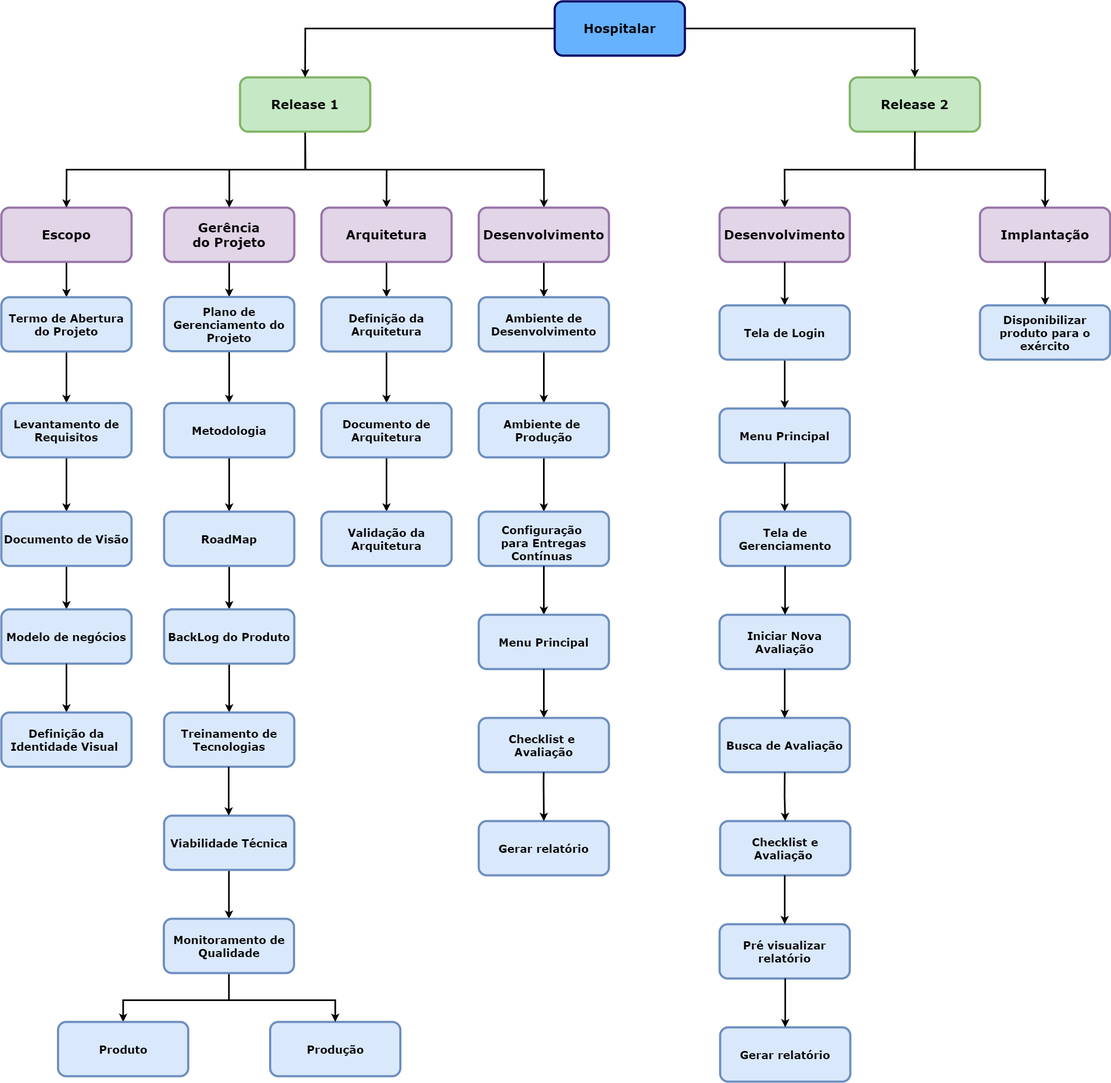
This is docs/assets/produtos/eap/eap_versão_2.0.png from fga-eps-mds/2021-1-hospitalar, a draw.io export, as it was before one commit. Source tidied: cells renumbered, new cells last; positions are measured from the earlier drawing's top-left corner, leaving out a move shared by most shapes.
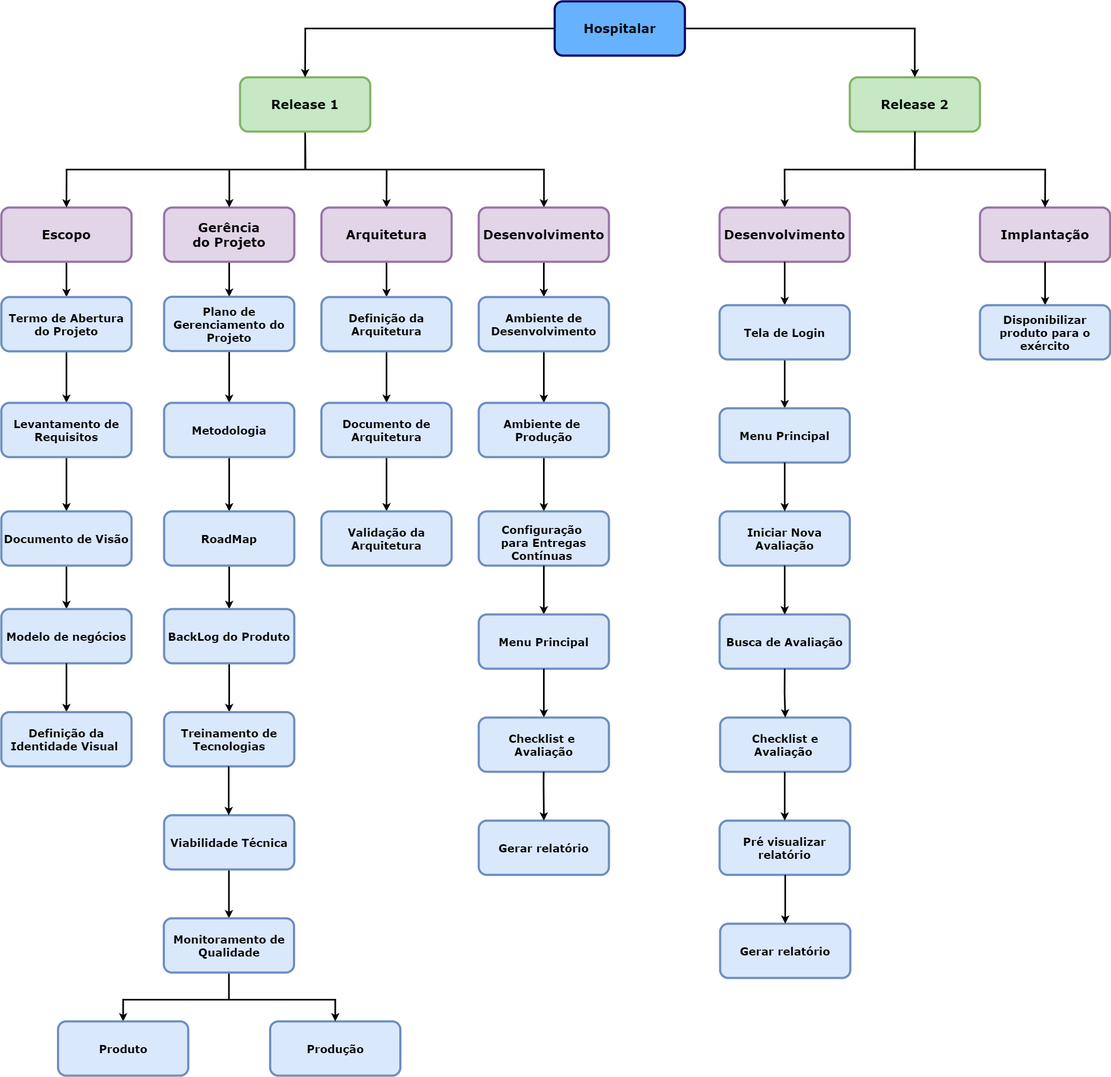
Above is the later version.

Commit message:
#292 - Correção no documento de EAP

Change to the diagram source:
```diff
@@ -235,27 +235,25 @@
       <mxGeometry relative="1" as="geometry" />
     </mxCell>
     <mxCell id="75" value="&lt;b style=&quot;font-style: normal ; letter-spacing: normal ; text-align: center ; text-indent: 0px ; text-transform: none ; word-spacing: 0px ; color: rgb(0 , 0 , 0) ; font-family: &amp;#34;verdana&amp;#34; ; font-size: 20px&quot;&gt;Iniciar Nova Avaliação&lt;/b&gt;" style="rounded=1;whiteSpace=wrap;html=1;gradientDirection=south;strokeWidth=4;fillColor=#dae8fc;strokeColor=#6c8ebf;" parent="1" vertex="1">
-      <mxGeometry x="1324" y="1130" width="240" height="100" as="geometry" />
+      <mxGeometry x="1324" y="940" width="240" height="100" as="geometry" />
     </mxCell>
-    <mxCell id="76" style="edgeStyle=orthogonalEdgeStyle;rounded=0;sketch=0;jettySize=auto;html=1;fontFamily=Verdana;fontSize=23;endFill=1;strokeWidth=3;fillColor=#76608a;exitX=0.5;exitY=1;exitDx=0;exitDy=0;" parent="1" edge="1" source="73">
-      <mxGeometry relative="1" as="geometry">
-        <mxPoint x="1444" y="940" as="targetPoint" />
-      </mxGeometry>
+    <mxCell id="76" style="edgeStyle=orthogonalEdgeStyle;rounded=0;sketch=0;jettySize=auto;html=1;entryX=0.5;entryY=0;entryDx=0;entryDy=0;fontFamily=Verdana;fontSize=23;endFill=1;strokeWidth=3;fillColor=#76608a;exitX=0.5;exitY=1;exitDx=0;exitDy=0;" parent="1" edge="1" source="73" target="75">
+      <mxGeometry relative="1" as="geometry" />
     </mxCell>
     <mxCell id="77" value="&lt;font face=&quot;verdana&quot;&gt;&lt;span style=&quot;font-size: 20px&quot;&gt;&lt;b&gt;Busca de Avaliação&lt;/b&gt;&lt;/span&gt;&lt;/font&gt;" style="rounded=1;whiteSpace=wrap;html=1;gradientDirection=south;strokeWidth=4;fillColor=#dae8fc;strokeColor=#6c8ebf;" parent="1" vertex="1">
-      <mxGeometry x="1324" y="1320" width="240" height="100" as="geometry" />
+      <mxGeometry x="1324" y="1130" width="240" height="100" as="geometry" />
     </mxCell>
     <mxCell id="78" style="edgeStyle=orthogonalEdgeStyle;rounded=0;sketch=0;jettySize=auto;html=1;entryX=0.5;entryY=0;entryDx=0;entryDy=0;fontFamily=Verdana;fontSize=23;endFill=1;strokeWidth=3;fillColor=#76608a;" parent="1" edge="1" target="77">
       <mxGeometry relative="1" as="geometry">
-        <mxPoint x="1444" y="1230" as="sourcePoint" />
+        <mxPoint x="1444" y="1040" as="sourcePoint" />
       </mxGeometry>
     </mxCell>
     <mxCell id="79" value="&lt;font face=&quot;verdana&quot;&gt;&lt;span style=&quot;font-size: 20px&quot;&gt;&lt;b&gt;Checklist e Avaliação&amp;nbsp;&lt;/b&gt;&lt;/span&gt;&lt;/font&gt;" style="rounded=1;whiteSpace=wrap;html=1;gradientDirection=south;strokeWidth=4;fillColor=#dae8fc;strokeColor=#6c8ebf;" parent="1" vertex="1">
-      <mxGeometry x="1325" y="1510" width="240" height="100" as="geometry" />
+      <mxGeometry x="1325" y="1320" width="240" height="100" as="geometry" />
     </mxCell>
     <mxCell id="80" style="edgeStyle=orthogonalEdgeStyle;rounded=0;sketch=0;jettySize=auto;html=1;entryX=0.5;entryY=0;entryDx=0;entryDy=0;fontFamily=Verdana;fontSize=23;endFill=1;strokeWidth=3;fillColor=#76608a;" parent="1" edge="1" target="79">
       <mxGeometry relative="1" as="geometry">
-        <mxPoint x="1444" y="1420" as="sourcePoint" />
+        <mxPoint x="1444" y="1230" as="sourcePoint" />
       </mxGeometry>
     </mxCell>
     <mxCell id="81" value="&lt;span style=&quot;color: rgb(0 , 0 , 0) ; font-family: &amp;#34;verdana&amp;#34; ; font-size: 20px&quot;&gt;&lt;b&gt;Viabilidade Técnica&lt;/b&gt;&lt;/span&gt;" style="rounded=1;whiteSpace=wrap;html=1;gradientDirection=south;strokeWidth=4;fillColor=#dae8fc;strokeColor=#6c8ebf;" parent="1" vertex="1">
@@ -281,19 +279,19 @@
       </mxGeometry>
     </mxCell>
     <mxCell id="85" value="&lt;b style=&quot;font-style: normal ; letter-spacing: normal ; text-align: center ; text-indent: 0px ; text-transform: none ; word-spacing: 0px ; color: rgb(0 , 0 , 0) ; font-family: &amp;#34;verdana&amp;#34; ; font-size: 20px&quot;&gt;Pré visualizar relatório&lt;/b&gt;" style="rounded=1;whiteSpace=wrap;html=1;gradientDirection=south;strokeWidth=4;fillColor=#dae8fc;strokeColor=#6c8ebf;" parent="1" vertex="1">
-      <mxGeometry x="1324" y="1700" width="240" height="100" as="geometry" />
+      <mxGeometry x="1324" y="1510" width="240" height="100" as="geometry" />
     </mxCell>
     <mxCell id="86" style="edgeStyle=orthogonalEdgeStyle;rounded=0;sketch=0;jettySize=auto;html=1;entryX=0.5;entryY=0;entryDx=0;entryDy=0;fontFamily=Verdana;fontSize=23;endFill=1;strokeWidth=3;fillColor=#76608a;" parent="1" edge="1" target="85">
       <mxGeometry relative="1" as="geometry">
-        <mxPoint x="1444" y="1610" as="sourcePoint" />
+        <mxPoint x="1444" y="1420" as="sourcePoint" />
       </mxGeometry>
     </mxCell>
     <mxCell id="87" value="&lt;b style=&quot;font-style: normal ; letter-spacing: normal ; text-align: center ; text-indent: 0px ; text-transform: none ; word-spacing: 0px ; color: rgb(0 , 0 , 0) ; font-family: &amp;#34;verdana&amp;#34; ; font-size: 20px&quot;&gt;Gerar relatório&lt;/b&gt;" style="rounded=1;whiteSpace=wrap;html=1;gradientDirection=south;strokeWidth=4;fillColor=#dae8fc;strokeColor=#6c8ebf;" parent="1" vertex="1">
-      <mxGeometry x="1325" y="1890" width="240" height="100" as="geometry" />
+      <mxGeometry x="1325" y="1700" width="240" height="100" as="geometry" />
     </mxCell>
     <mxCell id="88" style="edgeStyle=orthogonalEdgeStyle;rounded=0;sketch=0;jettySize=auto;html=1;entryX=0.5;entryY=0;entryDx=0;entryDy=0;fontFamily=Verdana;fontSize=23;endFill=1;strokeWidth=3;fillColor=#76608a;" parent="1" edge="1" target="87">
       <mxGeometry relative="1" as="geometry">
-        <mxPoint x="1445" y="1800" as="sourcePoint" />
+        <mxPoint x="1445" y="1610" as="sourcePoint" />
       </mxGeometry>
     </mxCell>
     <mxCell id="89" style="edgeStyle=orthogonalEdgeStyle;rounded=0;sketch=0;jettySize=auto;html=1;exitX=0.5;exitY=1;exitDx=0;exitDy=0;entryX=0.5;entryY=0;entryDx=0;entryDy=0;fontFamily=Verdana;fontSize=23;endFill=1;strokeWidth=3;fillColor=#76608a;" parent="1" edge="1" target="90">
@@ -304,14 +302,5 @@
     <mxCell id="90" value="&lt;b style=&quot;color: rgb(0 , 0 , 0) ; font-family: &amp;#34;verdana&amp;#34; ; font-size: 20px ; font-style: normal ; letter-spacing: normal ; text-align: center ; text-indent: 0px ; text-transform: none ; word-spacing: 0px&quot;&gt;Disponibilizar produto para o exército&lt;/b&gt;" style="rounded=1;whiteSpace=wrap;html=1;gradientDirection=south;strokeWidth=4;fillColor=#dae8fc;strokeColor=#6c8ebf;" parent="1" vertex="1">
       <mxGeometry x="1804" y="560" width="240" height="100" as="geometry" />
     </mxCell>
-    <mxCell id="91" value="&lt;b style=&quot;font-style: normal ; letter-spacing: normal ; text-align: center ; text-indent: 0px ; text-transform: none ; word-spacing: 0px ; color: rgb(0 , 0 , 0) ; font-family: &amp;#34;verdana&amp;#34; ; font-size: 20px&quot;&gt;Tela de Gerenciamento&lt;/b&gt;" style="rounded=1;whiteSpace=wrap;html=1;gradientDirection=south;strokeWidth=4;fillColor=#dae8fc;strokeColor=#6c8ebf;" parent="1" vertex="1">
-      <mxGeometry x="1325" y="940" width="240" height="100" as="geometry" />
-    </mxCell>
-    <mxCell id="92" style="edgeStyle=orthogonalEdgeStyle;rounded=0;sketch=0;orthogonalLoop=1;jettySize=auto;html=1;entryX=0.5;entryY=0;entryDx=0;entryDy=0;fontFamily=Verdana;fontSize=23;endFill=1;strokeWidth=3;fillColor=#76608a;" parent="1" edge="1">
-      <mxGeometry relative="1" as="geometry">
-        <mxPoint x="1444.7" y="1040" as="sourcePoint" />
-        <mxPoint x="1444.7" y="1130" as="targetPoint" />
-      </mxGeometry>
-    </mxCell>
   </root>
 </mxGraphModel>
```
